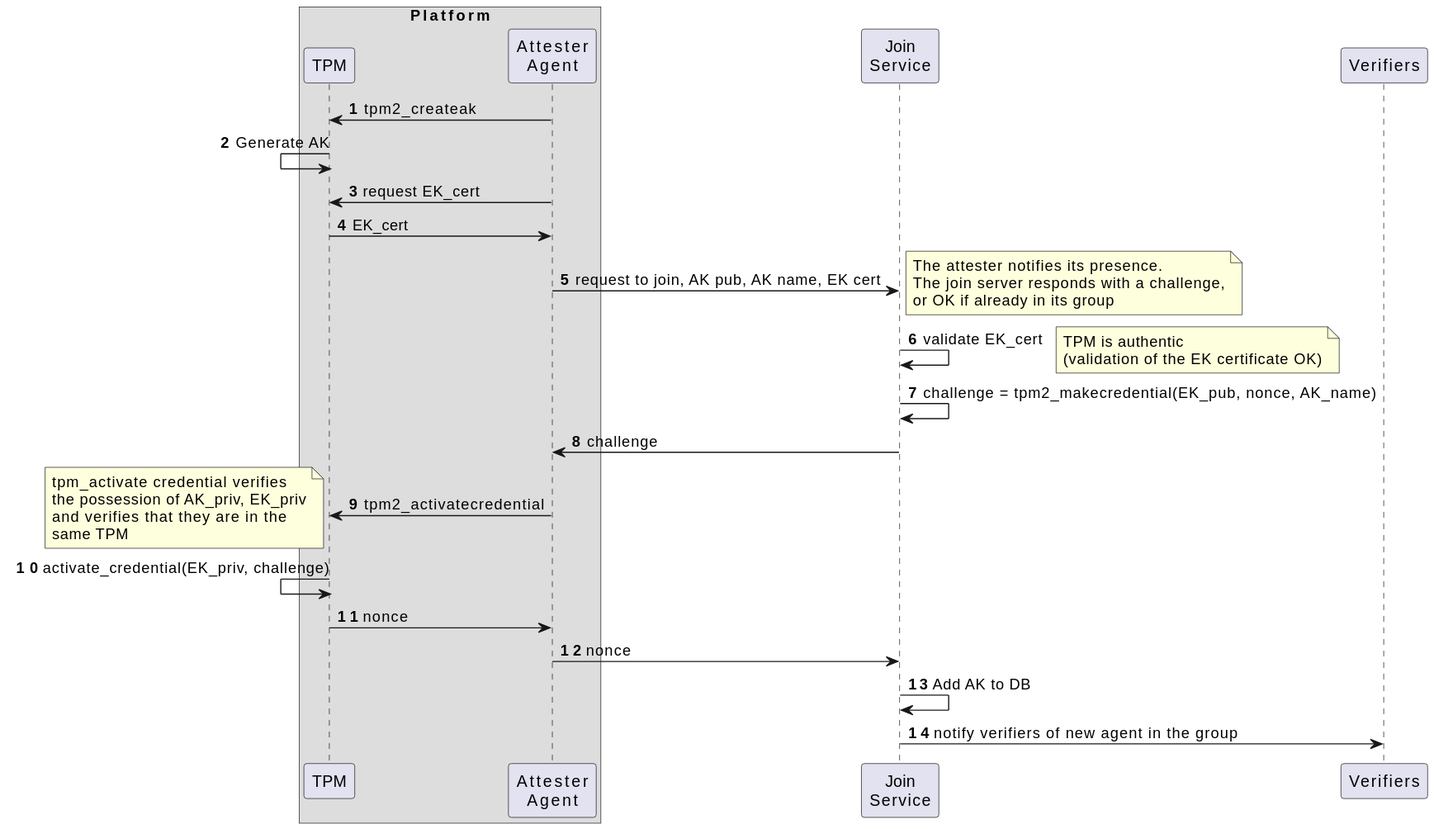
This is docs/protocols/join.svg from Cybersecurity-LINKS/embrave, a PlantUML export, as it was before one commit.
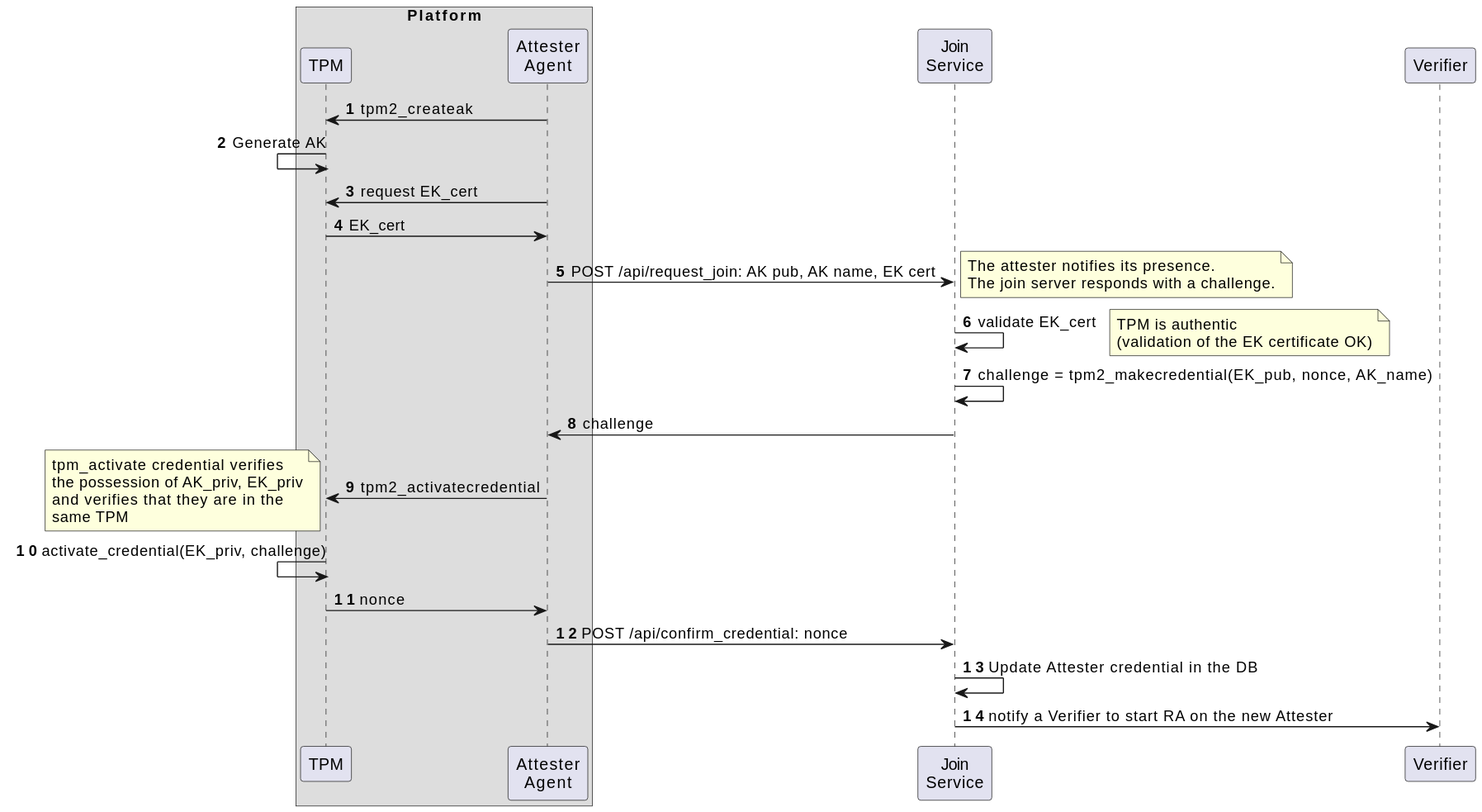
The same file after the commit.

Commit message:
docs: modifed join protocol diagram

Change to the diagram source:
```diff
@@ -12,11 +12,10 @@
 
 TPM<-attester_agent: request EK_cert
 TPM->attester_agent: EK_cert
-attester_agent->join_service: request to join, AK pub, AK name, EK cert
+attester_agent->join_service: POST /api/request_join: AK pub, AK name, EK cert
 note right
 The attester notifies its presence.
-The join server responds with a challenge,
-or OK if already in its group
+The join server responds with a challenge.
 end note
 
   join_service->join_service: validate EK_cert
@@ -35,7 +34,7 @@
   end note
   TPM<-TPM: activate_credential(EK_priv, challenge)
   TPM->attester_agent: nonce
-  attester_agent->join_service: nonce
-  join_service->join_service: Add AK to DB
-  join_service->Verifiers: notify verifiers of new agent in the group
+  attester_agent->join_service: POST /api/confirm_credential: nonce
+  join_service->join_service: Update Attester credential in the DB
+  join_service->Verifier: notify a Verifier to start RA on the new Attester
 @enduml
```
